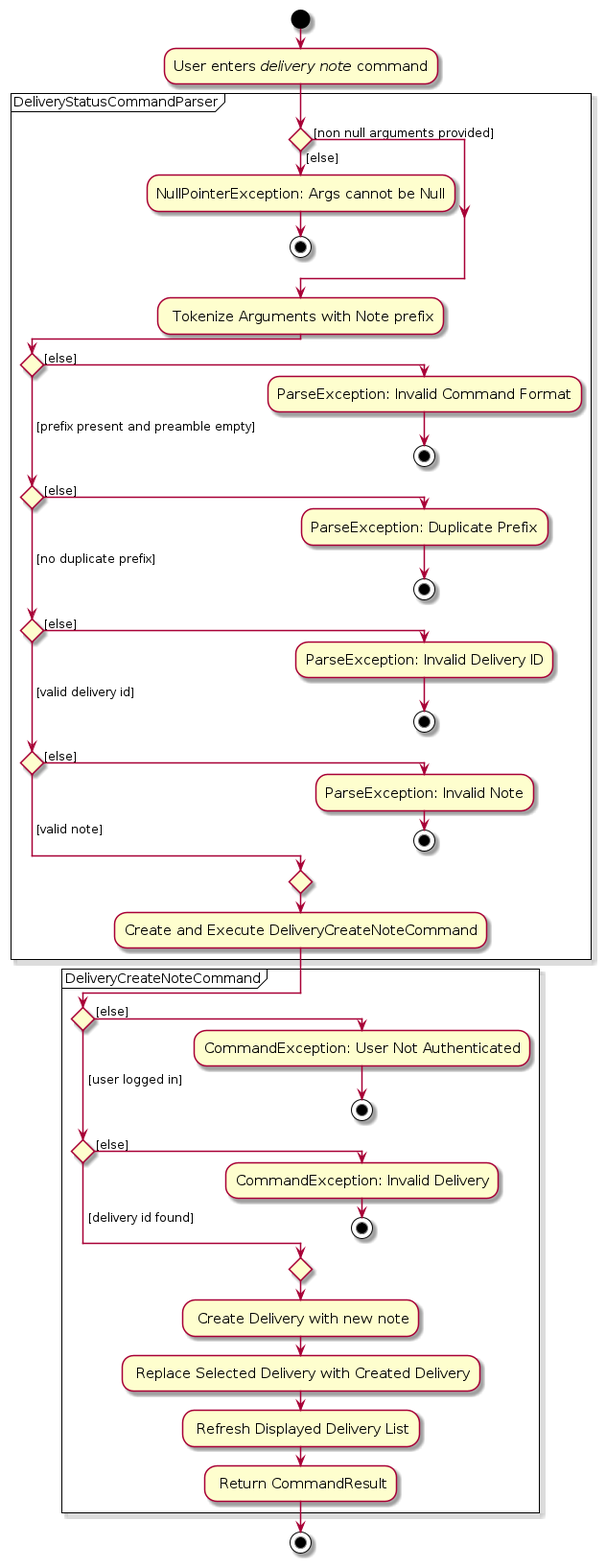
Before: diagrams/DeliveryCreateNoteActivityDiagram.png, a diagram exported from PlantUML (zhonghan721/tp). Its source is kept beside it as diagrams/DeliveryCreateNoteActivityDiagram.puml.
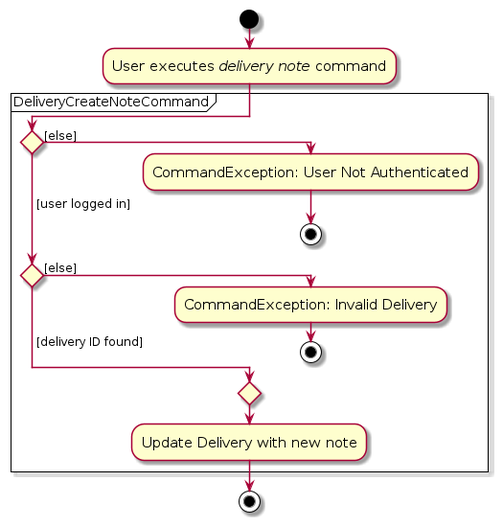
After the change.

The edit, as a diff of the source:
```diff
@@ -5,30 +5,7 @@
 
 !pragma useVerticalIf on
 start
-:User enters <i>delivery note</i> command;
-partition DeliveryStatusCommandParser {
-    if () then ([else])
-        :NullPointerException: Args cannot be Null;
-        stop
-    else ([non null arguments provided])
-    endif
-    : Tokenize Arguments with Note prefix;
-    if () then ([else])
-        :ParseException: Invalid Command Format;
-        stop
-    ( [prefix present and preamble empty]) elseif () then ([else])
-        :ParseException: Duplicate Prefix;
-        stop
-    ( [no duplicate prefix]) elseif () then ([else])
-        :ParseException: Invalid Delivery ID;
-         stop
-    ( [valid delivery id]) elseif () then ([else])
-        :ParseException: Invalid Note;
-        stop
-    else ( [valid note])
-    endif
-    :Create and Execute DeliveryCreateNoteCommand;
-}
+:User executes <i>delivery note</i> command;
 
 partition DeliveryCreateNoteCommand {
     if () then ([else])
@@ -37,12 +14,9 @@
     ( [user logged in]) elseif () then ([else])
         :CommandException: Invalid Delivery;
         stop
-    else ( [delivery id found])
+    else ( [delivery ID found])
     endif
-    : Create Delivery with new note;
-    : Replace Selected Delivery with Created Delivery;
-    : Refresh Displayed Delivery List;
-    : Return CommandResult;
+    :Update Delivery with new note;
 }
 
 stop
```
